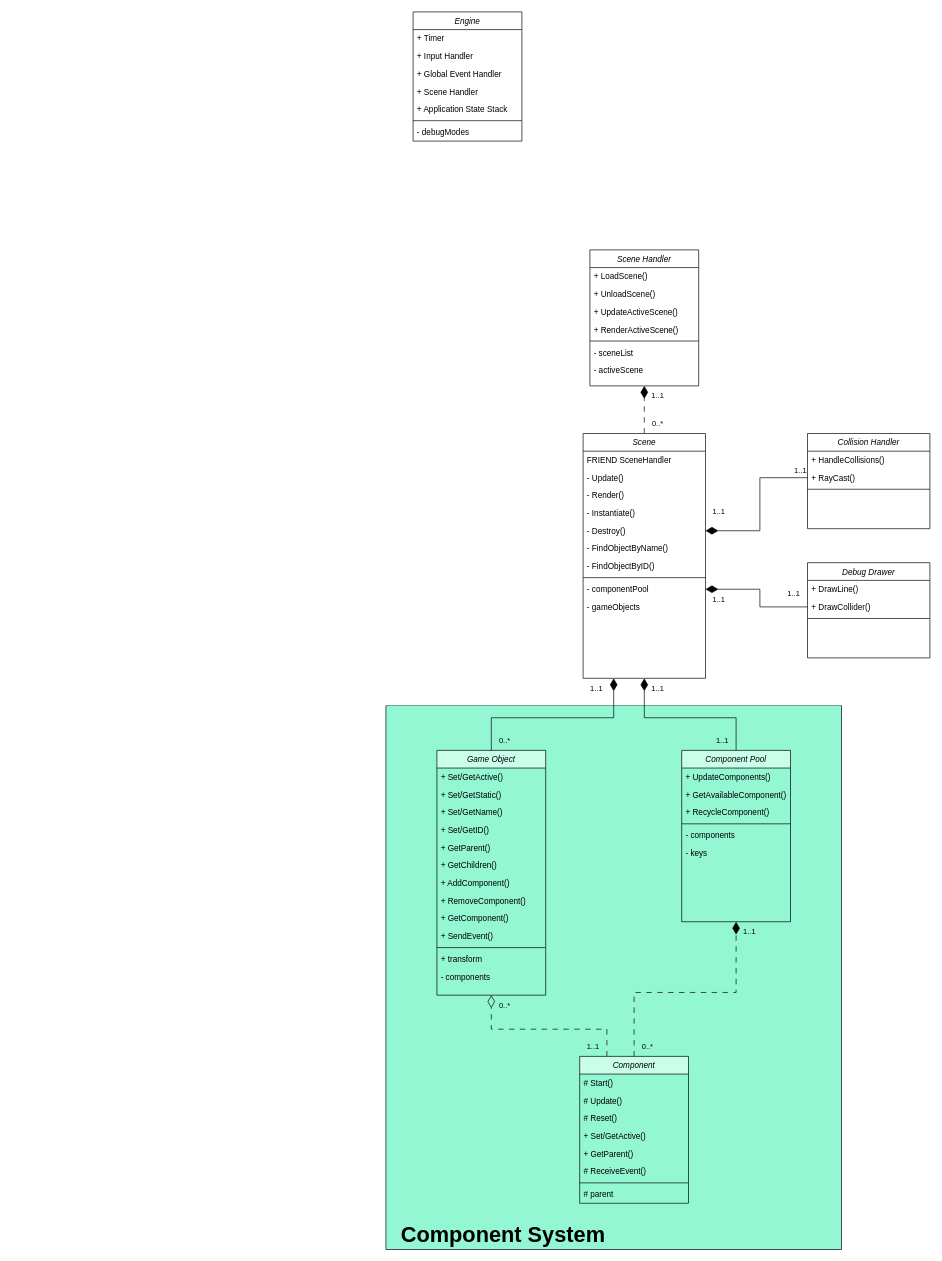
The draw.io diagram TGP.drawio in Tigerwaw/Engine, before the edit. Source tidied: cells renumbered, new cells numbered last; positions are measured from the earlier drawing's top-left corner, leaving out a move shared by most shapes. Both pictures are drawn from the tidied source at 68%, with x=0, y=0 at pixel (386, 12).
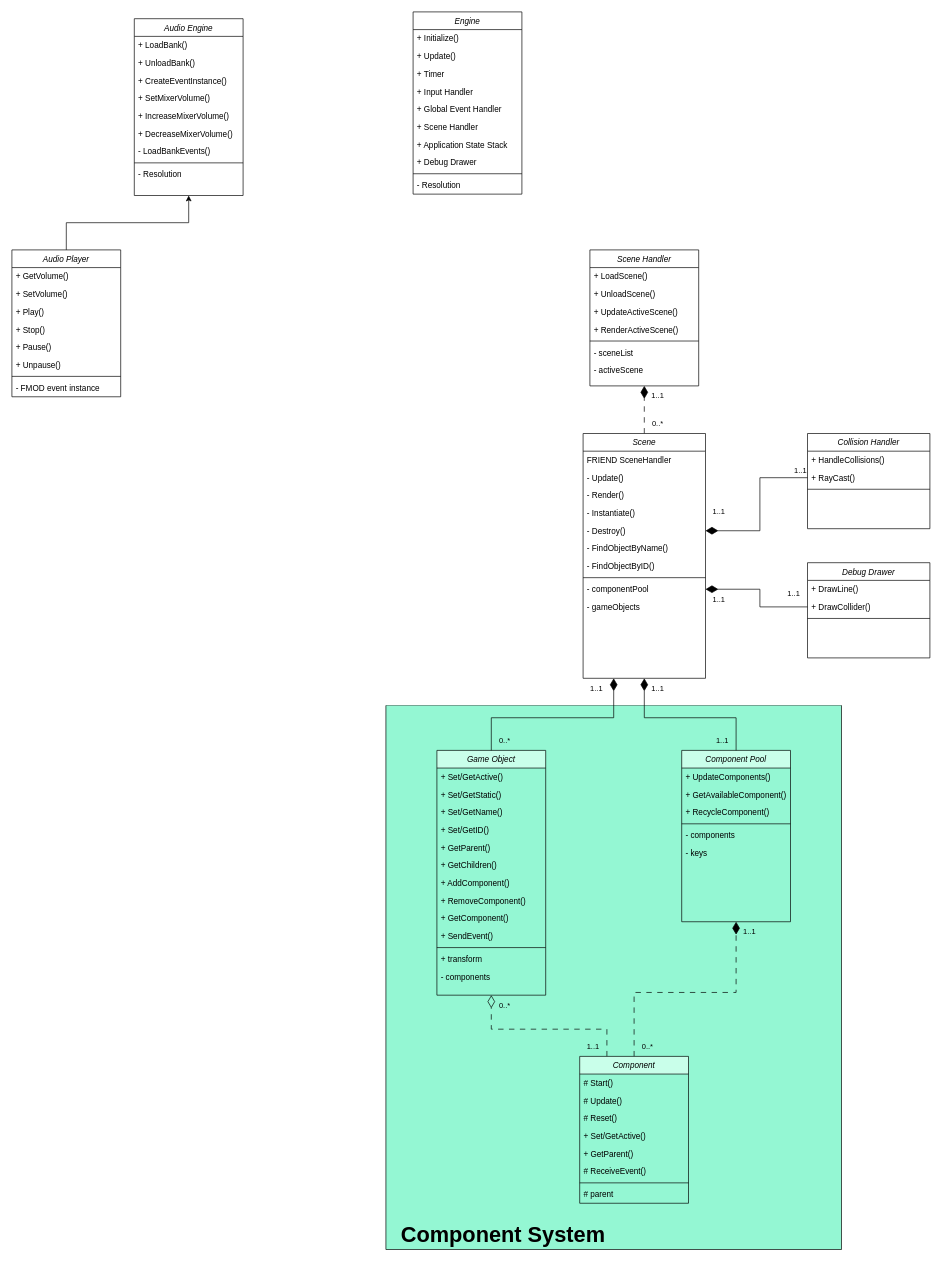
After the change.

Change to the diagram source:
```diff
@@
     <mxCell id="42" value="Engine" style="swimlane;fontStyle=2;align=center;verticalAlign=top;horizontal=1;startSize=26;rounded=0;shadow=0;strokeWidth=1;" parent="1" vertex="1">
-      <mxGeometry x="40" width="160" height="190" as="geometry" />
+      <mxGeometry x="40" width="160" height="268" as="geometry" />
     </mxCell>
+    <mxCell id="90" value="+ Initialize()" style="text;align=left;verticalAlign=top;spacingLeft=4;spacingRight=4;overflow=hidden;" parent="42" vertex="1">
+      <mxGeometry y="26" width="160" height="26" as="geometry" />
+    </mxCell>
+    <mxCell id="91" value="+ Update()" style="text;align=left;verticalAlign=top;spacingLeft=4;spacingRight=4;overflow=hidden;" parent="42" vertex="1">
+      <mxGeometry y="52" width="160" height="26" as="geometry" />
+    </mxCell>
     <mxCell id="43" value="+ Timer" style="text;align=left;verticalAlign=top;spacingLeft=4;spacingRight=4;overflow=hidden;" parent="42" vertex="1">
-      <mxGeometry y="26" width="160" height="26" as="geometry" />
+      <mxGeometry y="78" width="160" height="26" as="geometry" />
     </mxCell>
     <mxCell id="44" value="+ Input Handler" style="text;align=left;verticalAlign=top;spacingLeft=4;spacingRight=4;overflow=hidden;rounded=0;shadow=0;html=0;" parent="42" vertex="1">
-      <mxGeometry y="52" width="160" height="26" as="geometry" />
+      <mxGeometry y="104" width="160" height="26" as="geometry" />
     </mxCell>
     <mxCell id="45" value="+ Global Event Handler&#10;" style="text;align=left;verticalAlign=top;spacingLeft=4;spacingRight=4;overflow=hidden;rounded=0;shadow=0;html=0;" parent="42" vertex="1">
-      <mxGeometry y="78" width="160" height="26" as="geometry" />
+      <mxGeometry y="130" width="160" height="26" as="geometry" />
     </mxCell>
     <mxCell id="46" value="+ Scene Handler" style="text;align=left;verticalAlign=top;spacingLeft=4;spacingRight=4;overflow=hidden;rounded=0;shadow=0;html=0;" parent="42" vertex="1">
-      <mxGeometry y="104" width="160" height="26" as="geometry" />
+      <mxGeometry y="156" width="160" height="26" as="geometry" />
     </mxCell>
     <mxCell id="47" value="+ Application State Stack" style="text;align=left;verticalAlign=top;spacingLeft=4;spacingRight=4;overflow=hidden;rounded=0;shadow=0;html=0;" parent="42" vertex="1">
-      <mxGeometry y="130" width="160" height="26" as="geometry" />
+      <mxGeometry y="182" width="160" height="26" as="geometry" />
     </mxCell>
+    <mxCell id="92" value="+ Debug Drawer" style="text;align=left;verticalAlign=top;spacingLeft=4;spacingRight=4;overflow=hidden;rounded=0;shadow=0;html=0;" parent="42" vertex="1">
+      <mxGeometry y="208" width="160" height="26" as="geometry" />
+    </mxCell>
     <mxCell id="48" style="line;html=1;strokeWidth=1;align=left;verticalAlign=middle;spacingTop=-1;spacingLeft=3;spacingRight=3;labelPosition=right;" parent="42" vertex="1">
-      <mxGeometry y="156" width="160" height="8" as="geometry" />
+      <mxGeometry y="234" width="160" height="8" as="geometry" />
     </mxCell>
-    <mxCell id="49" value="- debugModes" style="text;align=left;verticalAlign=top;spacingLeft=4;spacingRight=4;overflow=hidden;rounded=0;shadow=0;html=0;" parent="42" vertex="1">
-      <mxGeometry y="164" width="160" height="26" as="geometry" />
-    </mxCell>
+    <mxCell id="93" value="- Resolution" style="text;align=left;verticalAlign=top;spacingLeft=4;spacingRight=4;overflow=hidden;rounded=0;shadow=0;html=0;" parent="42" vertex="1">
+      <mxGeometry y="242" width="160" height="26" as="geometry" />
+    </mxCell>
@@
+    <mxCell id="94" value="Audio Engine" style="swimlane;fontStyle=2;align=center;verticalAlign=top;horizontal=1;startSize=26;rounded=0;shadow=0;strokeWidth=1;" parent="1" vertex="1">
+      <mxGeometry x="-370" y="10" width="160" height="260" as="geometry" />
+    </mxCell>
+    <mxCell id="95" value="+ LoadBank()" style="text;align=left;verticalAlign=top;spacingLeft=4;spacingRight=4;overflow=hidden;" parent="94" vertex="1">
+      <mxGeometry y="26" width="160" height="26" as="geometry" />
+    </mxCell>
+    <mxCell id="96" value="+ UnloadBank()" style="text;align=left;verticalAlign=top;spacingLeft=4;spacingRight=4;overflow=hidden;rounded=0;shadow=0;html=0;" parent="94" vertex="1">
+      <mxGeometry y="52" width="160" height="26" as="geometry" />
+    </mxCell>
+    <mxCell id="97" value="+ CreateEventInstance()" style="text;align=left;verticalAlign=top;spacingLeft=4;spacingRight=4;overflow=hidden;rounded=0;shadow=0;html=0;" parent="94" vertex="1">
+      <mxGeometry y="78" width="160" height="26" as="geometry" />
+    </mxCell>
+    <mxCell id="98" value="+ SetMixerVolume()" style="text;align=left;verticalAlign=top;spacingLeft=4;spacingRight=4;overflow=hidden;rounded=0;shadow=0;html=0;" parent="94" vertex="1">
+      <mxGeometry y="104" width="160" height="26" as="geometry" />
+    </mxCell>
+    <mxCell id="99" value="+ IncreaseMixerVolume()" style="text;align=left;verticalAlign=top;spacingLeft=4;spacingRight=4;overflow=hidden;rounded=0;shadow=0;html=0;" parent="94" vertex="1">
+      <mxGeometry y="130" width="160" height="26" as="geometry" />
+    </mxCell>
+    <mxCell id="100" value="+ DecreaseMixerVolume()" style="text;align=left;verticalAlign=top;spacingLeft=4;spacingRight=4;overflow=hidden;rounded=0;shadow=0;html=0;" parent="94" vertex="1">
+      <mxGeometry y="156" width="160" height="26" as="geometry" />
+    </mxCell>
+    <mxCell id="101" value="- LoadBankEvents()" style="text;align=left;verticalAlign=top;spacingLeft=4;spacingRight=4;overflow=hidden;rounded=0;shadow=0;html=0;" parent="94" vertex="1">
+      <mxGeometry y="182" width="160" height="26" as="geometry" />
+    </mxCell>
+    <mxCell id="102" style="line;html=1;strokeWidth=1;align=left;verticalAlign=middle;spacingTop=-1;spacingLeft=3;spacingRight=3;labelPosition=right;" parent="94" vertex="1">
+      <mxGeometry y="208" width="160" height="8" as="geometry" />
+    </mxCell>
+    <mxCell id="103" value="- Resolution" style="text;align=left;verticalAlign=top;spacingLeft=4;spacingRight=4;overflow=hidden;rounded=0;shadow=0;html=0;" parent="94" vertex="1">
+      <mxGeometry y="216" width="160" height="26" as="geometry" />
+    </mxCell>
+    <mxCell id="104" style="edgeStyle=orthogonalEdgeStyle;rounded=0;jettySize=auto;html=1;exitX=0.5;exitY=0;exitDx=0;exitDy=0;entryX=0.5;entryY=1;entryDx=0;entryDy=0;" parent="1" edge="1" source="105" target="94">
+      <mxGeometry relative="1" as="geometry" />
+    </mxCell>
+    <mxCell id="105" value="Audio Player" style="swimlane;fontStyle=2;align=center;verticalAlign=top;horizontal=1;startSize=26;rounded=0;shadow=0;strokeWidth=1;" parent="1" vertex="1">
+      <mxGeometry x="-550" y="350" width="160" height="216" as="geometry" />
+    </mxCell>
+    <mxCell id="106" value="+ GetVolume()" style="text;align=left;verticalAlign=top;spacingLeft=4;spacingRight=4;overflow=hidden;" parent="105" vertex="1">
+      <mxGeometry y="26" width="160" height="26" as="geometry" />
+    </mxCell>
+    <mxCell id="107" value="+ SetVolume()" style="text;align=left;verticalAlign=top;spacingLeft=4;spacingRight=4;overflow=hidden;rounded=0;shadow=0;html=0;" parent="105" vertex="1">
+      <mxGeometry y="52" width="160" height="26" as="geometry" />
+    </mxCell>
+    <mxCell id="108" value="+ Play()" style="text;align=left;verticalAlign=top;spacingLeft=4;spacingRight=4;overflow=hidden;rounded=0;shadow=0;html=0;" parent="105" vertex="1">
+      <mxGeometry y="78" width="160" height="26" as="geometry" />
+    </mxCell>
+    <mxCell id="109" value="+ Stop()" style="text;align=left;verticalAlign=top;spacingLeft=4;spacingRight=4;overflow=hidden;rounded=0;shadow=0;html=0;" parent="105" vertex="1">
+      <mxGeometry y="104" width="160" height="26" as="geometry" />
+    </mxCell>
+    <mxCell id="110" value="+ Pause()" style="text;align=left;verticalAlign=top;spacingLeft=4;spacingRight=4;overflow=hidden;rounded=0;shadow=0;html=0;" parent="105" vertex="1">
+      <mxGeometry y="130" width="160" height="26" as="geometry" />
+    </mxCell>
+    <mxCell id="111" value="+ Unpause()" style="text;align=left;verticalAlign=top;spacingLeft=4;spacingRight=4;overflow=hidden;rounded=0;shadow=0;html=0;" parent="105" vertex="1">
+      <mxGeometry y="156" width="160" height="26" as="geometry" />
+    </mxCell>
+    <mxCell id="112" style="line;html=1;strokeWidth=1;align=left;verticalAlign=middle;spacingTop=-1;spacingLeft=3;spacingRight=3;labelPosition=right;" parent="105" vertex="1">
+      <mxGeometry y="182" width="160" height="8" as="geometry" />
+    </mxCell>
+    <mxCell id="113" value="- FMOD event instance" style="text;align=left;verticalAlign=top;spacingLeft=4;spacingRight=4;overflow=hidden;rounded=0;shadow=0;html=0;" parent="105" vertex="1">
+      <mxGeometry y="190" width="160" height="26" as="geometry" />
+    </mxCell>
```
